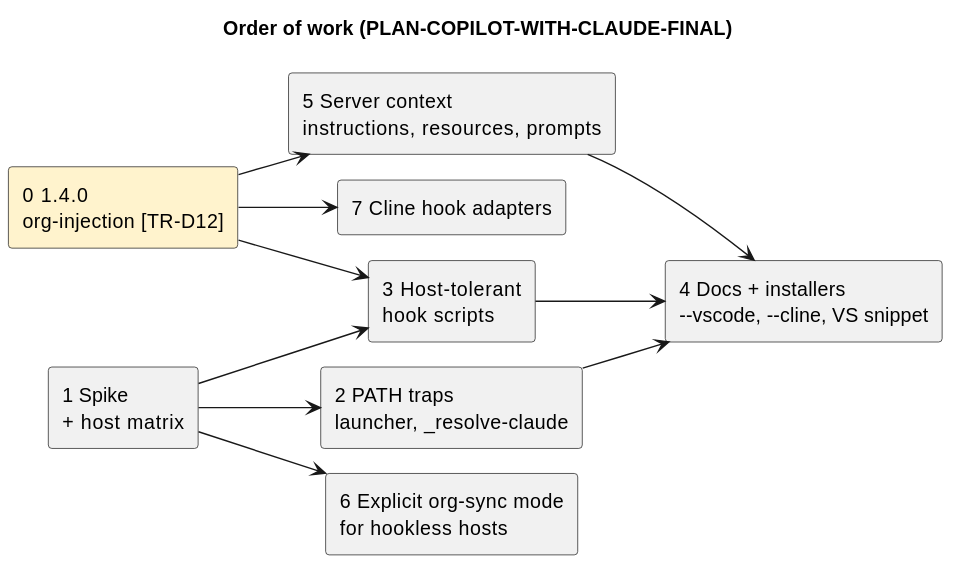
Earlier version of the PlantUML export docs/diagrams/copilot-plan.svg (adrian-balaban/total-recall).
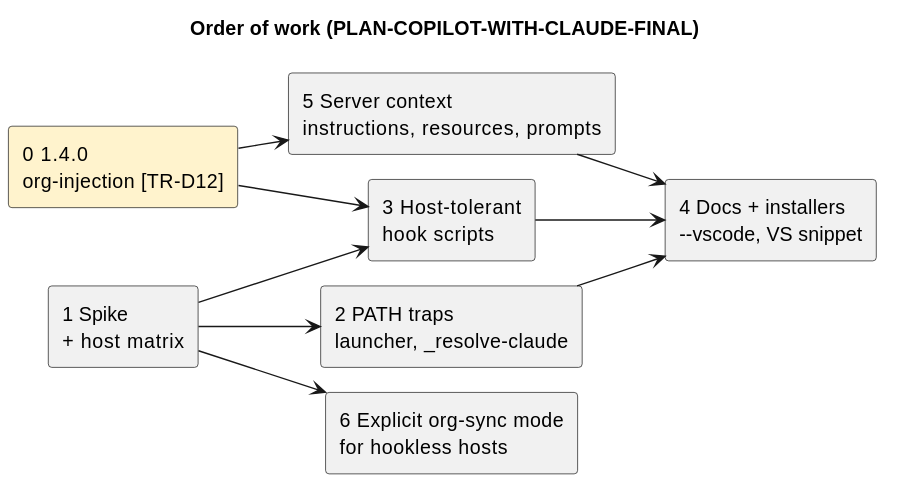
The same diagram one commit later.

What changed in the source:
```diff
@@ -9,14 +9,12 @@
 rectangle "1 Spike\n+ host matrix" as A
 rectangle "2 PATH traps\nlauncher, _resolve-claude" as B
 rectangle "3 Host-tolerant\nhook scripts" as C
-rectangle "4 Docs + installers\n~--vscode, ~--cline, VS snippet" as F
+rectangle "4 Docs + installers\n~--vscode, VS snippet" as F
 rectangle "5 Server context\ninstructions, resources, prompts" as D
 rectangle "6 Explicit org-sync mode\nfor hookless hosts" as E
-rectangle "7 Cline hook adapters" as H
 
 G --> C
 G --> D
-G --> H
 A --> B
 A --> C
 A --> E
```
